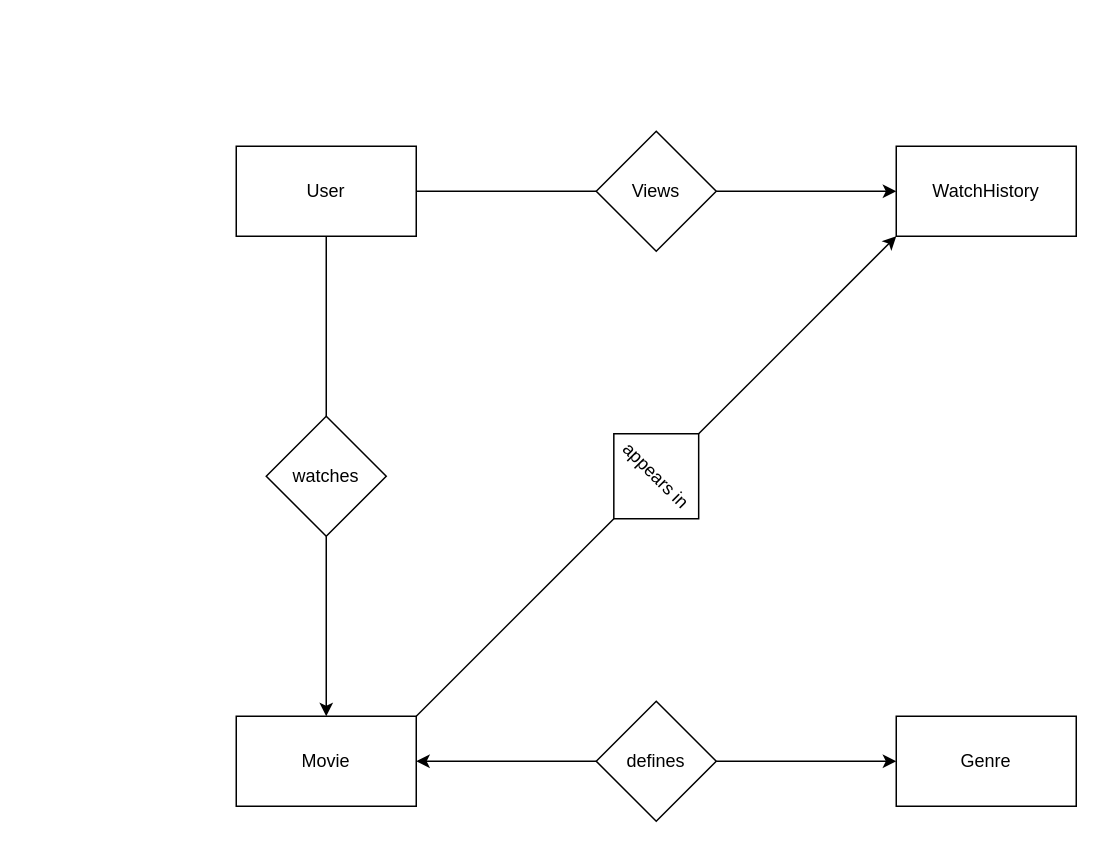
This is doc/fraudflix_er.drawio from KhangMBui/fraud-flix, a draw.io file, before an edit. Source tidied: cells renumbered, new cells numbered last; positions are measured from the earlier drawing's top-left corner, leaving out a move shared by most shapes. Both pictures are drawn from the tidied source at 150%, with x=0, y=0 at pixel (236, 130).
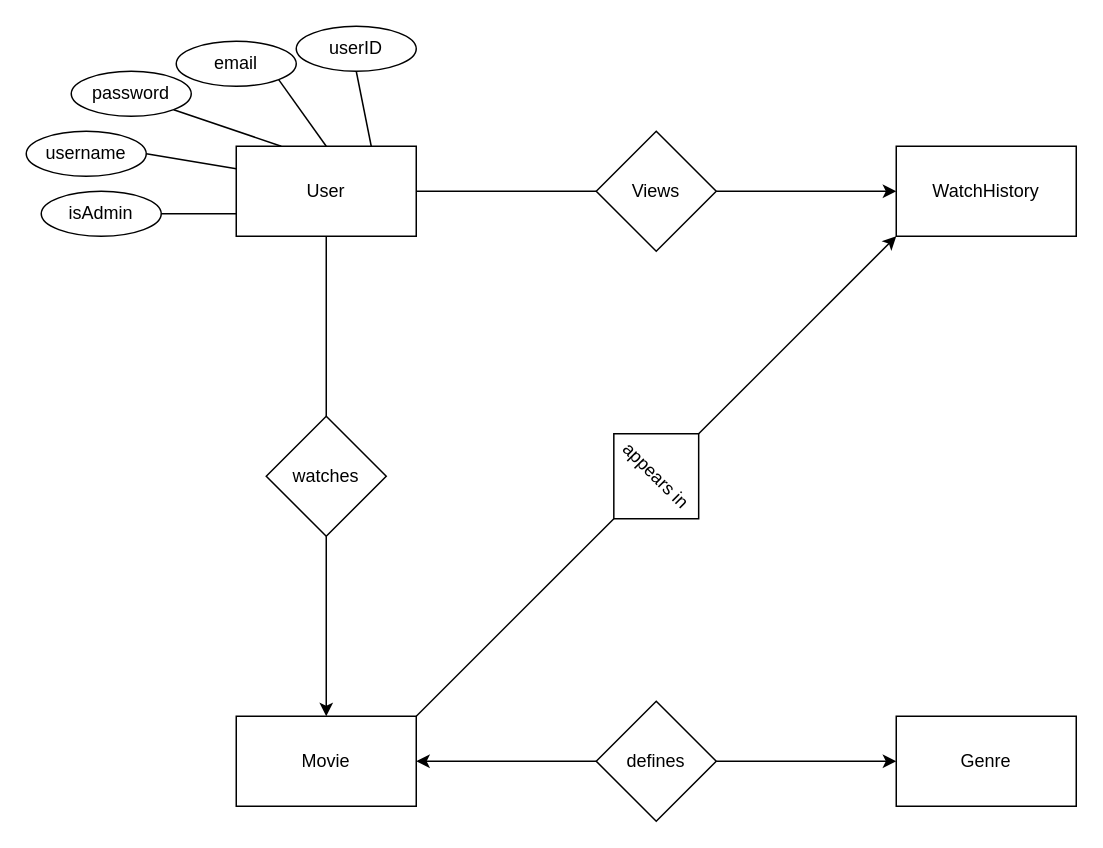
The same diagram, later.

Commit message:
Added attributes to User table

Unchanged cells that the change refers to:
```xml
<mxCell id="4" value="User" style="rounded=0;whiteSpace=wrap;html=1;" parent="1" vertex="1">
  <mxGeometry y="10" width="120" height="60" as="geometry" />
</mxCell>
```

The edit, as a diff of the source:
```diff
@@
+    <mxCell id="18" style="rounded=0;jettySize=auto;html=1;exitX=0.75;exitY=0;exitDx=0;exitDy=0;entryX=0.5;entryY=1;entryDx=0;entryDy=0;endArrow=none;startFill=0;" parent="1" edge="1" source="4" target="23">
+      <mxGeometry relative="1" as="geometry" />
+    </mxCell>
+    <mxCell id="19" style="edgeStyle=none;shape=connector;rounded=0;jettySize=auto;html=1;exitX=0.5;exitY=0;exitDx=0;exitDy=0;entryX=1;entryY=1;entryDx=0;entryDy=0;strokeColor=default;align=center;verticalAlign=middle;fontFamily=Helvetica;fontSize=11;fontColor=default;labelBackgroundColor=default;startFill=0;endArrow=none;" parent="1" edge="1" source="4" target="24">
+      <mxGeometry relative="1" as="geometry" />
+    </mxCell>
+    <mxCell id="20" style="edgeStyle=none;shape=connector;rounded=0;jettySize=auto;html=1;exitX=0.25;exitY=0;exitDx=0;exitDy=0;entryX=1;entryY=1;entryDx=0;entryDy=0;strokeColor=default;align=center;verticalAlign=middle;fontFamily=Helvetica;fontSize=11;fontColor=default;labelBackgroundColor=default;startFill=0;endArrow=none;" parent="1" edge="1" source="4" target="25">
+      <mxGeometry relative="1" as="geometry" />
+    </mxCell>
+    <mxCell id="21" style="edgeStyle=none;shape=connector;rounded=0;jettySize=auto;html=1;exitX=0;exitY=0.25;exitDx=0;exitDy=0;entryX=1;entryY=0.5;entryDx=0;entryDy=0;strokeColor=default;align=center;verticalAlign=middle;fontFamily=Helvetica;fontSize=11;fontColor=default;labelBackgroundColor=default;startFill=0;endArrow=none;" parent="1" edge="1" source="4" target="26">
+      <mxGeometry relative="1" as="geometry" />
+    </mxCell>
+    <mxCell id="22" style="edgeStyle=none;shape=connector;rounded=0;jettySize=auto;html=1;exitX=0;exitY=0.75;exitDx=0;exitDy=0;entryX=1;entryY=0.5;entryDx=0;entryDy=0;strokeColor=default;align=center;verticalAlign=middle;fontFamily=Helvetica;fontSize=11;fontColor=default;labelBackgroundColor=default;startFill=0;endArrow=none;" parent="1" edge="1" source="4" target="27">
+      <mxGeometry relative="1" as="geometry" />
+    </mxCell>
@@
+    <mxCell id="23" value="userID" style="ellipse;whiteSpace=wrap;html=1;strokeColor=default;align=center;verticalAlign=middle;fontFamily=Helvetica;fontSize=12;fontColor=default;fillColor=default;" parent="1" vertex="1">
+      <mxGeometry x="40" y="-70" width="80" height="30" as="geometry" />
+    </mxCell>
+    <mxCell id="24" value="email" style="ellipse;whiteSpace=wrap;html=1;strokeColor=default;align=center;verticalAlign=middle;fontFamily=Helvetica;fontSize=12;fontColor=default;fillColor=default;" parent="1" vertex="1">
+      <mxGeometry x="-40" y="-60" width="80" height="30" as="geometry" />
+    </mxCell>
+    <mxCell id="25" value="password" style="ellipse;whiteSpace=wrap;html=1;strokeColor=default;align=center;verticalAlign=middle;fontFamily=Helvetica;fontSize=12;fontColor=default;fillColor=default;" parent="1" vertex="1">
+      <mxGeometry x="-110" y="-40" width="80" height="30" as="geometry" />
+    </mxCell>
+    <mxCell id="26" value="username" style="ellipse;whiteSpace=wrap;html=1;strokeColor=default;align=center;verticalAlign=middle;fontFamily=Helvetica;fontSize=12;fontColor=default;fillColor=default;" parent="1" vertex="1">
+      <mxGeometry x="-140" width="80" height="30" as="geometry" />
+    </mxCell>
+    <mxCell id="27" value="isAdmin" style="ellipse;whiteSpace=wrap;html=1;strokeColor=default;align=center;verticalAlign=middle;fontFamily=Helvetica;fontSize=12;fontColor=default;fillColor=default;" parent="1" vertex="1">
+      <mxGeometry x="-130" y="40" width="80" height="30" as="geometry" />
+    </mxCell>
```
